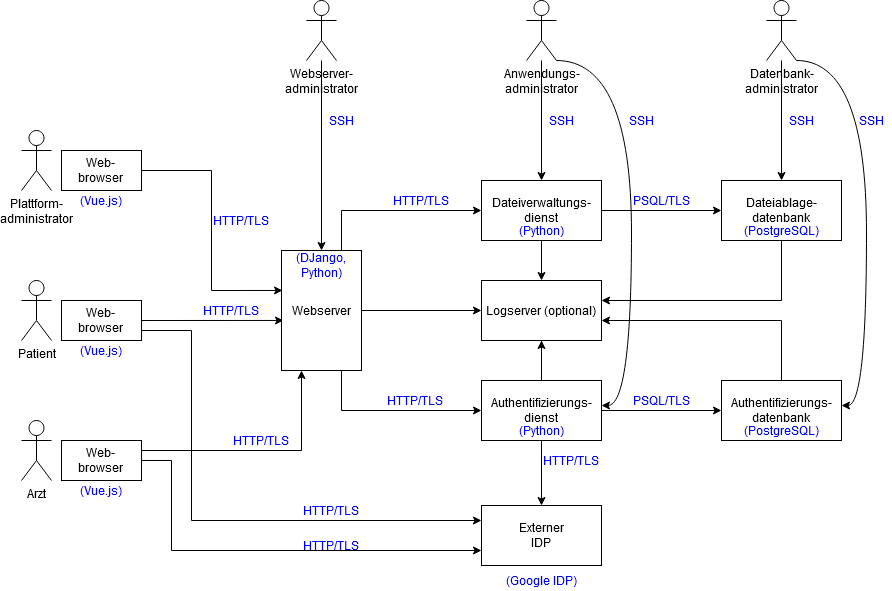
Before: Dokumente/Architekturüberblick/Architekturüberblick (technisch).png, a diagram exported from draw.io (DavidFambach/Abgabe-ASE-Patientenakte). Source tidied: cells renumbered, new cells last; positions are measured from the earlier drawing's top-left corner, leaving out a move shared by most shapes.
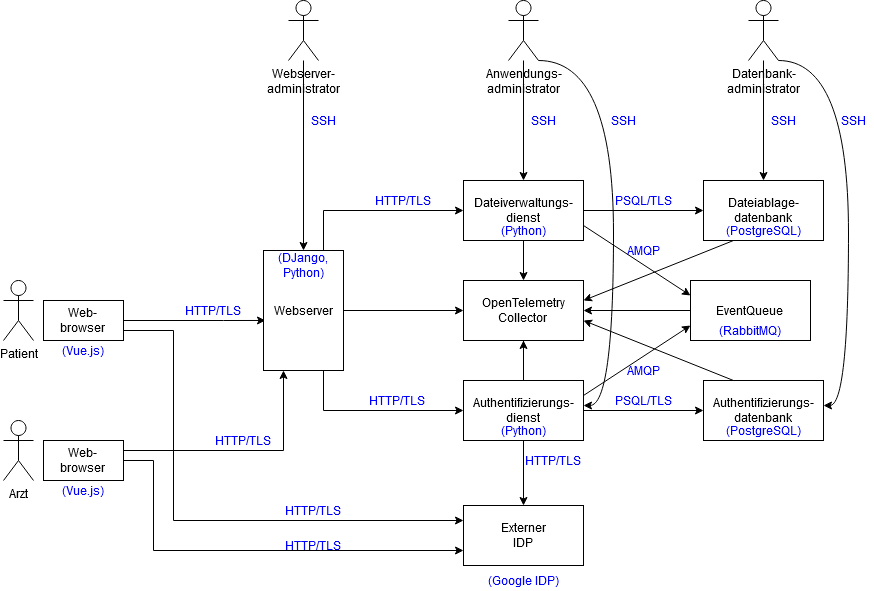
After the commit.

Commit message:
add RabbitMQ to Architekturüberblick

Diff of the diagram source:
```diff
@@ -8,11 +8,10 @@
     <mxCell id="3" value="Arzt" style="shape=umlActor;verticalLabelPosition=bottom;verticalAlign=top;html=1;" parent="1" vertex="1">
       <mxGeometry y="420" width="30" height="60" as="geometry" />
     </mxCell>
-    <mxCell id="4" value="&lt;div&gt;Plattform-&lt;/div&gt;&lt;div&gt;administrator&lt;/div&gt;" style="shape=umlActor;verticalLabelPosition=bottom;verticalAlign=top;html=1;" parent="1" vertex="1">
-      <mxGeometry y="130" width="30" height="60" as="geometry" />
-    </mxCell>
-    <mxCell id="5" style="rounded=0;jettySize=auto;html=1;exitX=1;exitY=0.5;exitDx=0;exitDy=0;entryX=0.025;entryY=0.583;entryDx=0;entryDy=0;startArrow=none;startFill=0;entryPerimeter=0;" parent="1" edge="1" source="6" target="34">
-      <mxGeometry relative="1" as="geometry" />
+    <mxCell id="5" style="rounded=0;jettySize=auto;html=1;exitX=1;exitY=0.5;exitDx=0;exitDy=0;entryX=0.025;entryY=0.583;entryDx=0;entryDy=0;startArrow=none;startFill=0;entryPerimeter=0;" parent="1" edge="1" target="34">
+      <mxGeometry relative="1" as="geometry">
+        <mxPoint x="220" y="320" as="sourcePoint" />
+      </mxGeometry>
     </mxCell>
     <mxCell id="6" value="&lt;div&gt;Web-&lt;/div&gt;&lt;div&gt;browser&lt;br&gt;&lt;/div&gt;" style="rounded=0;whiteSpace=wrap;html=1;" parent="1" vertex="1">
       <mxGeometry x="40" y="300" width="80" height="40" as="geometry" />
@@ -29,9 +28,6 @@
     <mxCell id="8" value="&lt;div&gt;Web-&lt;/div&gt;&lt;div&gt;browser&lt;br&gt;&lt;/div&gt;" style="rounded=0;whiteSpace=wrap;html=1;" parent="1" vertex="1">
       <mxGeometry x="40" y="440" width="80" height="40" as="geometry" />
     </mxCell>
-    <mxCell id="9" value="&lt;div&gt;Web-&lt;/div&gt;&lt;div&gt;browser&lt;br&gt;&lt;/div&gt;" style="rounded=0;whiteSpace=wrap;html=1;" parent="1" vertex="1">
-      <mxGeometry x="40" y="150" width="80" height="40" as="geometry" />
-    </mxCell>
     <mxCell id="10" value="&lt;div&gt;Externer&lt;/div&gt;&lt;div&gt;IDP&lt;br&gt;&lt;/div&gt;" style="rounded=0;whiteSpace=wrap;html=1;" parent="1" vertex="1">
       <mxGeometry x="460" y="505" width="120" height="60" as="geometry" />
     </mxCell>
@@ -41,22 +37,16 @@
     <mxCell id="12" style="edgeStyle=orthogonalEdgeStyle;rounded=0;jettySize=auto;html=1;exitX=0.5;exitY=1;exitDx=0;exitDy=0;entryX=0.5;entryY=0;entryDx=0;entryDy=0;" parent="1" edge="1" source="13" target="16">
       <mxGeometry relative="1" as="geometry" />
     </mxCell>
+    <mxCell id="65" style="edgeStyle=none;rounded=0;jettySize=auto;html=1;exitX=1;exitY=0.75;exitDx=0;exitDy=0;entryX=0;entryY=0.25;entryDx=0;entryDy=0;fontSize=17;" parent="1" edge="1" source="13" target="68">
+      <mxGeometry relative="1" as="geometry" />
+    </mxCell>
     <mxCell id="13" value="&lt;div&gt;Dateiverwaltungs-&lt;/div&gt;&lt;div&gt;dienst&lt;br&gt;&lt;/div&gt;" style="rounded=0;whiteSpace=wrap;html=1;" parent="1" vertex="1">
       <mxGeometry x="460" y="180" width="120" height="60" as="geometry" />
     </mxCell>
-    <mxCell id="14" style="edgeStyle=orthogonalEdgeStyle;rounded=0;jettySize=auto;html=1;exitX=0.5;exitY=1;exitDx=0;exitDy=0;" parent="1" edge="1" source="15">
-      <mxGeometry relative="1" as="geometry">
-        <mxPoint x="580" y="300" as="targetPoint" />
-        <Array as="points">
-          <mxPoint x="760" y="300" />
-          <mxPoint x="580" y="300" />
-        </Array>
-      </mxGeometry>
-    </mxCell>
     <mxCell id="15" value="Dateiablage-datenbank" style="rounded=0;whiteSpace=wrap;html=1;" parent="1" vertex="1">
       <mxGeometry x="700" y="180" width="120" height="60" as="geometry" />
     </mxCell>
-    <mxCell id="16" value="Logserver (optional)" style="rounded=0;whiteSpace=wrap;html=1;" parent="1" vertex="1">
+    <mxCell id="16" value="&lt;span&gt;&lt;span class=&quot;hcV4Re nkGKTb&quot;&gt;OpenTelemetry Collector&lt;br&gt;&lt;/span&gt;&lt;/span&gt;" style="rounded=0;whiteSpace=wrap;html=1;" parent="1" vertex="1">
       <mxGeometry x="460" y="280" width="120" height="60" as="geometry" />
     </mxCell>
     <mxCell id="17" style="edgeStyle=orthogonalEdgeStyle;rounded=0;jettySize=auto;html=1;startArrow=none;startFill=0;endArrow=classic;endFill=1;" parent="1" edge="1" source="19" target="13">
@@ -115,16 +105,15 @@
     <mxCell id="28" style="edgeStyle=orthogonalEdgeStyle;rounded=0;jettySize=auto;html=1;exitX=1;exitY=0.5;exitDx=0;exitDy=0;entryX=0;entryY=0.5;entryDx=0;entryDy=0;" parent="1" edge="1" source="29" target="31">
       <mxGeometry relative="1" as="geometry" />
     </mxCell>
+    <mxCell id="66" style="edgeStyle=none;rounded=0;jettySize=auto;html=1;exitX=1;exitY=0.25;exitDx=0;exitDy=0;entryX=0;entryY=0.75;entryDx=0;entryDy=0;fontSize=17;" parent="1" edge="1" source="29" target="68">
+      <mxGeometry relative="1" as="geometry" />
+    </mxCell>
     <mxCell id="29" value="&lt;div&gt;Authentifizierungs-&lt;/div&gt;&lt;div&gt;dienst&lt;br&gt;&lt;/div&gt;" style="rounded=0;whiteSpace=wrap;html=1;" parent="1" vertex="1">
       <mxGeometry x="460" y="380" width="120" height="60" as="geometry" />
     </mxCell>
-    <mxCell id="30" style="edgeStyle=orthogonalEdgeStyle;rounded=0;jettySize=auto;html=1;exitX=0.5;exitY=0;exitDx=0;exitDy=0;" parent="1" edge="1" source="31">
+    <mxCell id="30" style="rounded=0;jettySize=auto;html=1;exitX=0.25;exitY=0;exitDx=0;exitDy=0;startArrow=none;" parent="1" edge="1" source="31">
       <mxGeometry relative="1" as="geometry">
         <mxPoint x="580" y="320" as="targetPoint" />
-        <Array as="points">
-          <mxPoint x="760" y="320" />
-          <mxPoint x="580" y="320" />
-        </Array>
       </mxGeometry>
     </mxCell>
     <mxCell id="31" value="Authentifizierungs-datenbank" style="rounded=0;whiteSpace=wrap;html=1;" parent="1" vertex="1">
@@ -158,16 +147,6 @@
         <mxPoint x="520" y="460" as="targetPoint" />
       </mxGeometry>
     </mxCell>
-    <mxCell id="37" style="edgeStyle=orthogonalEdgeStyle;rounded=0;orthogonalLoop=1;jettySize=auto;html=1;exitX=1;exitY=0.5;exitDx=0;exitDy=0;entryX=0.013;entryY=0.333;entryDx=0;entryDy=0;entryPerimeter=0;" parent="1" edge="1">
-      <mxGeometry relative="1" as="geometry">
-        <mxPoint x="120" y="170" as="sourcePoint" />
-        <mxPoint x="261" y="290" as="targetPoint" />
-        <Array as="points">
-          <mxPoint x="190" y="170" />
-          <mxPoint x="190" y="290" />
-        </Array>
-      </mxGeometry>
-    </mxCell>
     <mxCell id="38" style="edgeStyle=orthogonalEdgeStyle;rounded=0;jettySize=auto;html=1;exitX=0.5;exitY=0;exitDx=0;exitDy=0;entryX=0.5;entryY=1;entryDx=0;entryDy=0;endArrow=none;" parent="1" edge="1" source="29" target="16">
       <mxGeometry relative="1" as="geometry" />
     </mxCell>
@@ -177,6 +156,23 @@
         <mxPoint x="520" y="505" as="targetPoint" />
       </mxGeometry>
     </mxCell>
+    <mxCell id="67" style="edgeStyle=none;rounded=0;jettySize=auto;html=1;exitX=0;exitY=0.5;exitDx=0;exitDy=0;entryX=1;entryY=0.5;entryDx=0;entryDy=0;fontSize=17;" parent="1" edge="1" source="68" target="16">
+      <mxGeometry relative="1" as="geometry" />
+    </mxCell>
+    <mxCell id="68" value="&lt;span&gt;EventQueue&lt;em&gt;&lt;br&gt;&lt;/em&gt;&lt;/span&gt;" style="rounded=0;whiteSpace=wrap;html=1;" parent="1" vertex="1">
+      <mxGeometry x="687" y="280" width="120" height="60" as="geometry" />
+    </mxCell>
+    <mxCell id="69" style="rounded=0;orthogonalLoop=1;jettySize=auto;html=1;exitX=0.25;exitY=1;exitDx=0;exitDy=0;" parent="1" edge="1">
+      <mxGeometry relative="1" as="geometry">
+        <mxPoint x="730" y="240" as="sourcePoint" />
+        <mxPoint x="580" y="300" as="targetPoint" />
+      </mxGeometry>
+    </mxCell>
+    <mxCell id="70" style="rounded=0;jettySize=auto;html=1;exitX=1;exitY=0.5;exitDx=0;exitDy=0;startArrow=none;startFill=0;endArrow=none;" parent="1" edge="1" source="6">
+      <mxGeometry relative="1" as="geometry">
+        <mxPoint x="220" y="320" as="targetPoint" />
+      </mxGeometry>
+    </mxCell>
     <mxCell id="40" value="Technisch" parent="0" />
     <mxCell id="41" value="(PostgreSQL)" style="text;html=1;strokeColor=none;fillColor=none;align=center;verticalAlign=middle;whiteSpace=wrap;rounded=0;fontColor=#0000ff;" parent="40" vertex="1">
       <mxGeometry x="700" y="420" width="120" height="20" as="geometry" />
@@ -187,9 +183,6 @@
     <mxCell id="43" value="(Python)" style="text;html=1;strokeColor=none;fillColor=none;align=center;verticalAlign=middle;whiteSpace=wrap;rounded=0;fontColor=#0000ff;" parent="40" vertex="1">
       <mxGeometry x="460" y="420" width="120" height="20" as="geometry" />
     </mxCell>
-    <mxCell id="44" value="(Vue.js)" style="text;html=1;strokeColor=none;fillColor=none;align=center;verticalAlign=middle;whiteSpace=wrap;rounded=0;fontColor=#0000ff;" parent="40" vertex="1">
-      <mxGeometry x="40" y="190" width="80" height="20" as="geometry" />
-    </mxCell>
     <mxCell id="45" value="(Vue.js)" style="text;html=1;strokeColor=none;fillColor=none;align=center;verticalAlign=middle;whiteSpace=wrap;rounded=0;fontColor=#0000ff;" parent="40" vertex="1">
       <mxGeometry x="40" y="340" width="80" height="20" as="geometry" />
     </mxCell>
@@ -229,8 +222,8 @@
     <mxCell id="57" value="HTTP/TLS" style="text;html=1;strokeColor=none;fillColor=none;align=center;verticalAlign=middle;whiteSpace=wrap;rounded=0;fontColor=#0000ff;" parent="40" vertex="1">
       <mxGeometry x="270" y="500" width="80" height="20" as="geometry" />
     </mxCell>
-    <mxCell id="58" value="HTTP/TLS" style="text;html=1;strokeColor=none;fillColor=none;align=center;verticalAlign=middle;whiteSpace=wrap;rounded=0;fontColor=#0000ff;" parent="40" vertex="1">
-      <mxGeometry x="180" y="210" width="80" height="20" as="geometry" />
+    <mxCell id="58" value="AMQP" style="text;html=1;strokeColor=none;fillColor=none;align=center;verticalAlign=middle;whiteSpace=wrap;rounded=0;fontColor=#0000ff;" parent="40" vertex="1">
+      <mxGeometry x="600" y="360" width="80" height="20" as="geometry" />
     </mxCell>
     <mxCell id="59" value="PSQL/TLS" style="text;html=1;strokeColor=none;fillColor=none;align=center;verticalAlign=middle;whiteSpace=wrap;rounded=0;fontColor=#0000ff;" parent="40" vertex="1">
       <mxGeometry x="600" y="190" width="80" height="20" as="geometry" />
@@ -250,5 +243,11 @@
     <mxCell id="64" value="HTTP/TLS" style="text;html=1;strokeColor=none;fillColor=none;align=center;verticalAlign=middle;whiteSpace=wrap;rounded=0;fontColor=#0000ff;" parent="40" vertex="1">
       <mxGeometry x="510" y="450" width="80" height="20" as="geometry" />
     </mxCell>
+    <mxCell id="71" value="(RabbitMQ)" style="text;html=1;strokeColor=none;fillColor=none;align=center;verticalAlign=middle;whiteSpace=wrap;rounded=0;fontColor=#0000ff;" parent="40" vertex="1">
+      <mxGeometry x="687" y="320" width="120" height="20" as="geometry" />
+    </mxCell>
+    <mxCell id="72" value="AMQP" style="text;html=1;strokeColor=none;fillColor=none;align=center;verticalAlign=middle;whiteSpace=wrap;rounded=0;fontColor=#0000ff;" parent="40" vertex="1">
+      <mxGeometry x="600" y="240" width="80" height="20" as="geometry" />
+    </mxCell>
   </root>
 </mxGraphModel>
```
